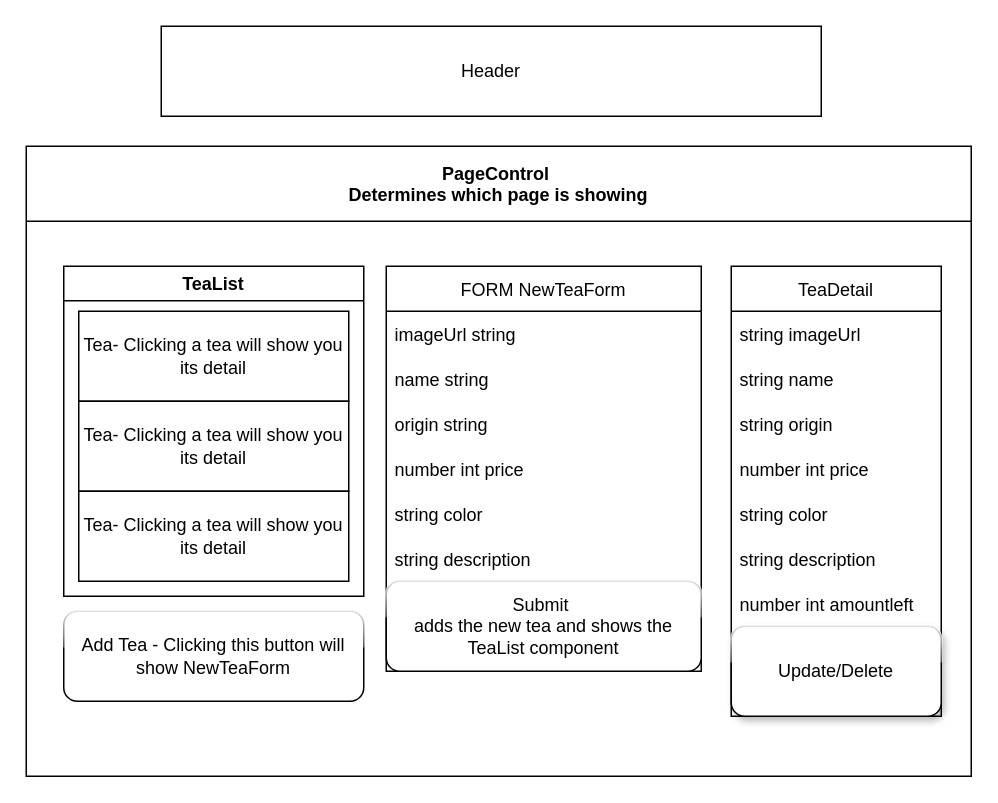
Earlier version of the draw.io diagram diagram.drawio (doublespoiler/jasmine-dragon). Source tidied: cells renumbered, new cells numbered last; positions are measured from the earlier drawing's top-left corner, leaving out a move shared by most shapes. Both pictures are drawn from the tidied source at 150%, with x=0, y=0 at pixel (26, 26).
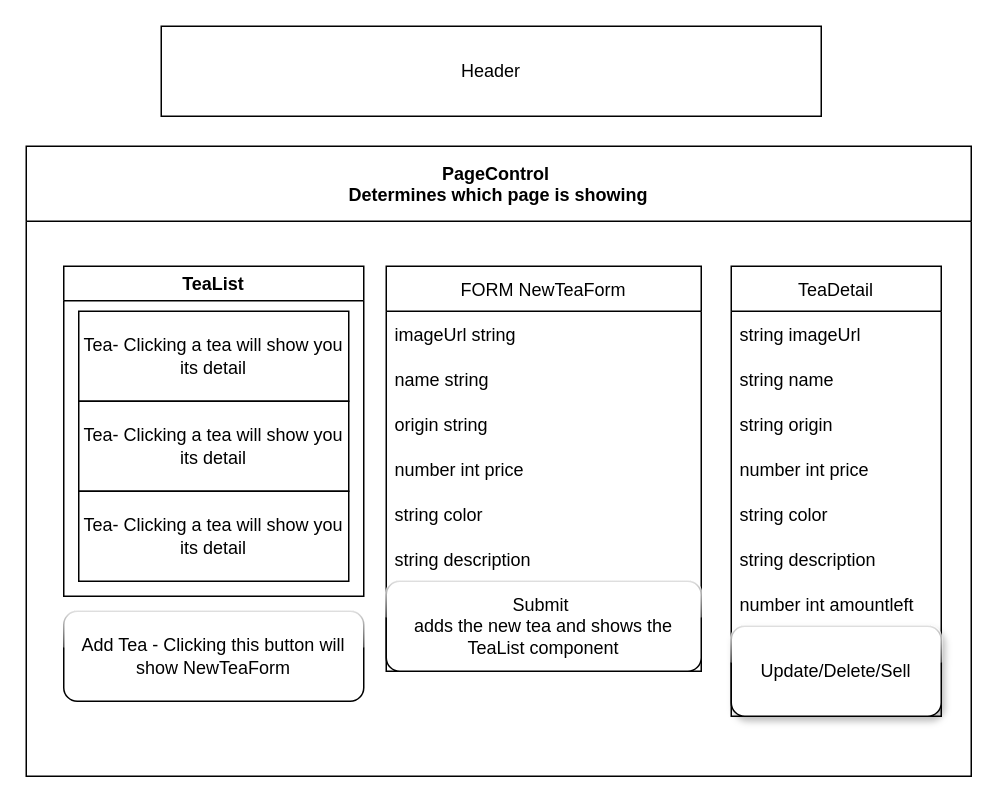
Above is the later version.

The change refers to these unchanged cells:
```xml
<mxCell id="17" value="TeaDetail" style="swimlane;fontStyle=0;horizontal=1;startSize=30;" parent="3" vertex="1">
  <mxGeometry x="470" y="80" width="140" height="300" as="geometry" />
</mxCell>
```

Diff of the diagram source:
```diff
@@
-    <mxCell id="25" value="Update/Delete" style="rounded=1;whiteSpace=wrap;html=1;shadow=1;glass=1;" parent="17" vertex="1">
+    <mxCell id="25" value="Update/Delete/Sell" style="rounded=1;whiteSpace=wrap;html=1;shadow=1;glass=1;" parent="17" vertex="1">
       <mxGeometry y="240" width="140" height="60" as="geometry" />
     </mxCell>
```
